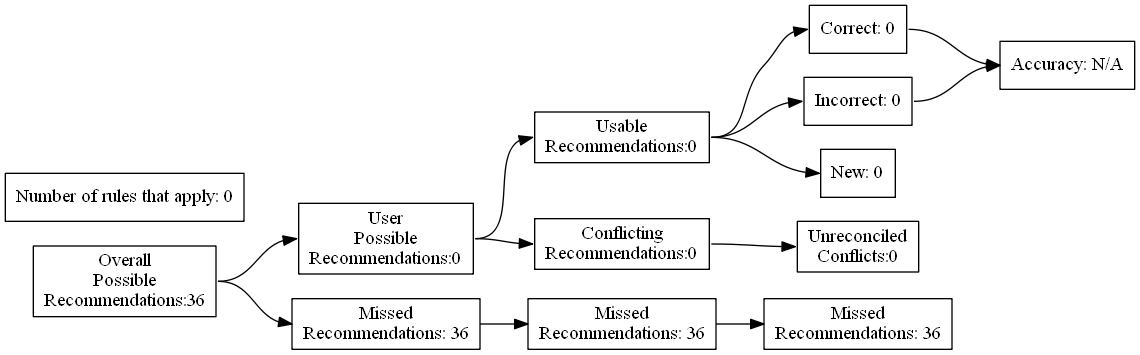
Earlier version of the Graphviz export test_renders/4.gv.png (ZaxR/ibd_diet_analysis). Its source is kept beside it as test_renders/4.gv.
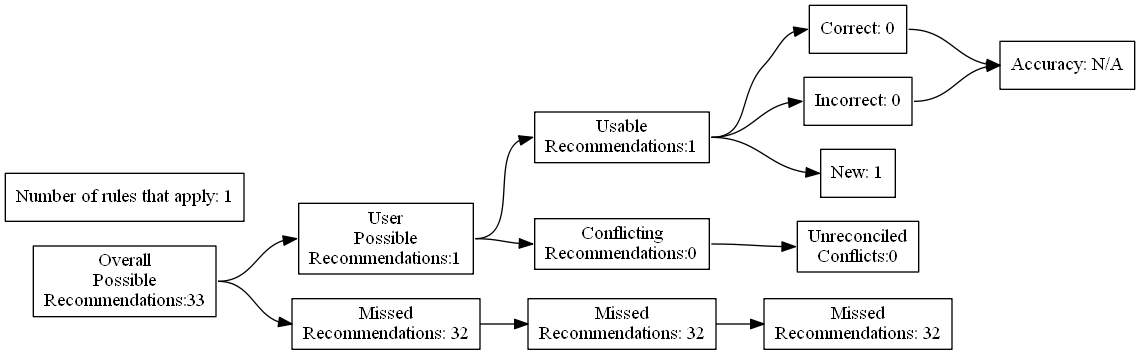
The same file after the commit.

What changed in the source:
```diff
@@ -4,27 +4,27 @@
 	edge [headport=w tailport=e]
 		A [label="Overall
 Possible
-Recommendations:36"]
+Recommendations:33"]
 		B [label="User
 Possible
-Recommendations:0"]
+Recommendations:1"]
 		C [label="Missed
-Recommendations: 36"]
+Recommendations: 32"]
 		D [label="Usable
-Recommendations:0"]
+Recommendations:1"]
 		E [label="Conflicting
 Recommendations:0"]
 		J [label="Missed
-Recommendations: 36"]
+Recommendations: 32"]
 		M [label="Unreconciled
 Conflicts:0"]
 		F [label="Correct: 0"]
 		G [label="Incorrect: 0"]
-		H [label="New: 0"]
+		H [label="New: 1"]
 		K [label="Missed
-Recommendations: 36"]
+Recommendations: 32"]
 		I [label="Accuracy: N/A"]
-		l [label="Number of rules that apply: 0"]
+		l [label="Number of rules that apply: 1"]
 			A -> B
 			A -> C
 			B -> D
```
